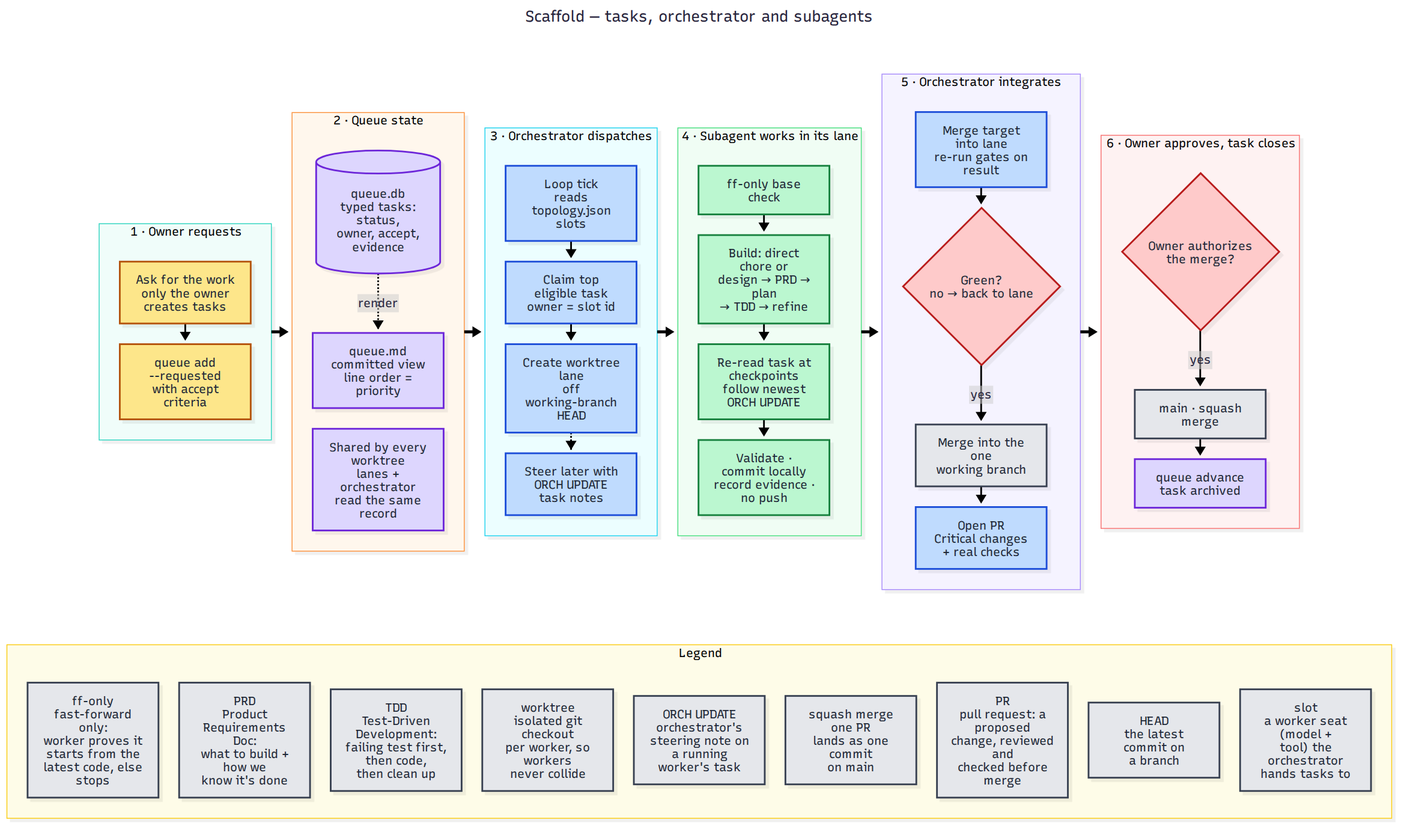
victusfate/scaffold keeps this Mermaid diagram as docs/diagrams/generated/orchestration.png. Above is the earlier version. Its source is kept beside it as docs/diagrams/src/orchestration.mmd. Source of this version:
```mermaid
---
title: Scaffold — tasks, orchestrator and subagents
---
flowchart TB
  classDef owner fill:#fde68a,stroke:#b45309,color:#1f2937
  classDef orch fill:#bfdbfe,stroke:#1d4ed8,color:#1f2937
  classDef state fill:#ddd6fe,stroke:#6d28d9,color:#1f2937
  classDef lane fill:#bbf7d0,stroke:#15803d,color:#1f2937
  classDef git fill:#e5e7eb,stroke:#374151,color:#1f2937
  classDef gate fill:#fecaca,stroke:#b91c1c,color:#1f2937


  subgraph FLOW[" "]
  direction LR

  subgraph OWNER["1 · Owner requests"]
    direction TB
    O1["Ask for the work<br/>only the owner creates tasks"]:::owner
    O0["queue add --requested<br/>with accept criteria"]:::owner
    O1 --> O0
  end

  subgraph QUEUE["2 · Queue state"]
    direction TB
    Q1[("queue.db<br/>typed tasks: status,<br/>owner, accept, evidence")]:::state
    Q2["queue.md<br/>committed view<br/>line order = priority"]:::state
    Q3["Shared by every worktree<br/>lanes + orchestrator<br/>read the same record"]:::state
    Q1 -.render.-> Q2
    Q2 ~~~ Q3
  end

  subgraph DISPATCH["3 · Orchestrator dispatches"]
    direction TB
    T["Loop tick<br/>reads topology.json slots"]:::orch
    C["Claim top eligible task<br/>owner = slot id"]:::orch
    W["Create worktree lane<br/>off working-branch HEAD"]:::orch
    U["Steer later with<br/>ORCH UPDATE task notes"]:::orch
    T --> C --> W
    W -.-> U
  end

  subgraph LANE["4 · Subagent works in its lane"]
    direction TB
    S1["ff-only base check"]:::lane
    S2["Build: direct chore or<br/>design → PRD → plan<br/>→ TDD → refine"]:::lane
    S3["Re-read task at checkpoints<br/>follow newest ORCH UPDATE"]:::lane
    S4["Validate · commit locally<br/>record evidence · no push"]:::lane
    S1 --> S2 --> S3 --> S4
  end

  subgraph INTEGRATE["5 · Orchestrator integrates"]
    direction TB
    I["Merge target into lane<br/>re-run gates on result"]:::orch
    G{"Green?<br/>no → back to lane"}:::gate
    B["Merge into the one<br/>working branch"]:::git
    PR["Open PR<br/>Critical changes + real checks"]:::orch
    I --> G -->|yes| B --> PR
  end

  subgraph SHIP["6 · Owner approves, task closes"]
    direction TB
    O2{"Owner authorizes<br/>the merge?"}:::gate
    M["main · squash merge"]:::git
    A["queue advance<br/>task archived"]:::state
    O2 -->|yes| M --> A
  end

  OWNER ==> QUEUE ==> DISPATCH ==> LANE ==> INTEGRATE ==> SHIP
  end
  style FLOW fill:none,stroke:none

  subgraph LEGEND["Legend"]
    direction LR
    L1["ff-only<br/>fast-forward only:<br/>worker proves it starts from the<br/>latest code, else stops"]:::git
    L2["PRD<br/>Product Requirements Doc:<br/>what to build + how we<br/>know it's done"]:::git
    L3["TDD<br/>Test-Driven Development:<br/>failing test first, then code,<br/>then clean up"]:::git
    L4["worktree<br/>isolated git checkout<br/>per worker, so workers<br/>never collide"]:::git
    L5["ORCH UPDATE<br/>orchestrator's<br/>steering note on a running<br/>worker's task"]:::git
    L6["squash merge<br/>one PR<br/>lands as one commit<br/>on main"]:::git
    L7["PR<br/>pull request: a proposed<br/>change, reviewed and<br/>checked before merge"]:::git
    L8["HEAD<br/>the latest commit on<br/>a branch"]:::git
    L9["slot<br/>a worker seat (model +<br/>tool) the orchestrator<br/>hands tasks to"]:::git
    L1 ~~~ L2 ~~~ L3 ~~~ L4 ~~~ L5 ~~~ L6 ~~~ L7 ~~~ L8 ~~~ L9
  end

  FLOW ~~~ LEGEND
```
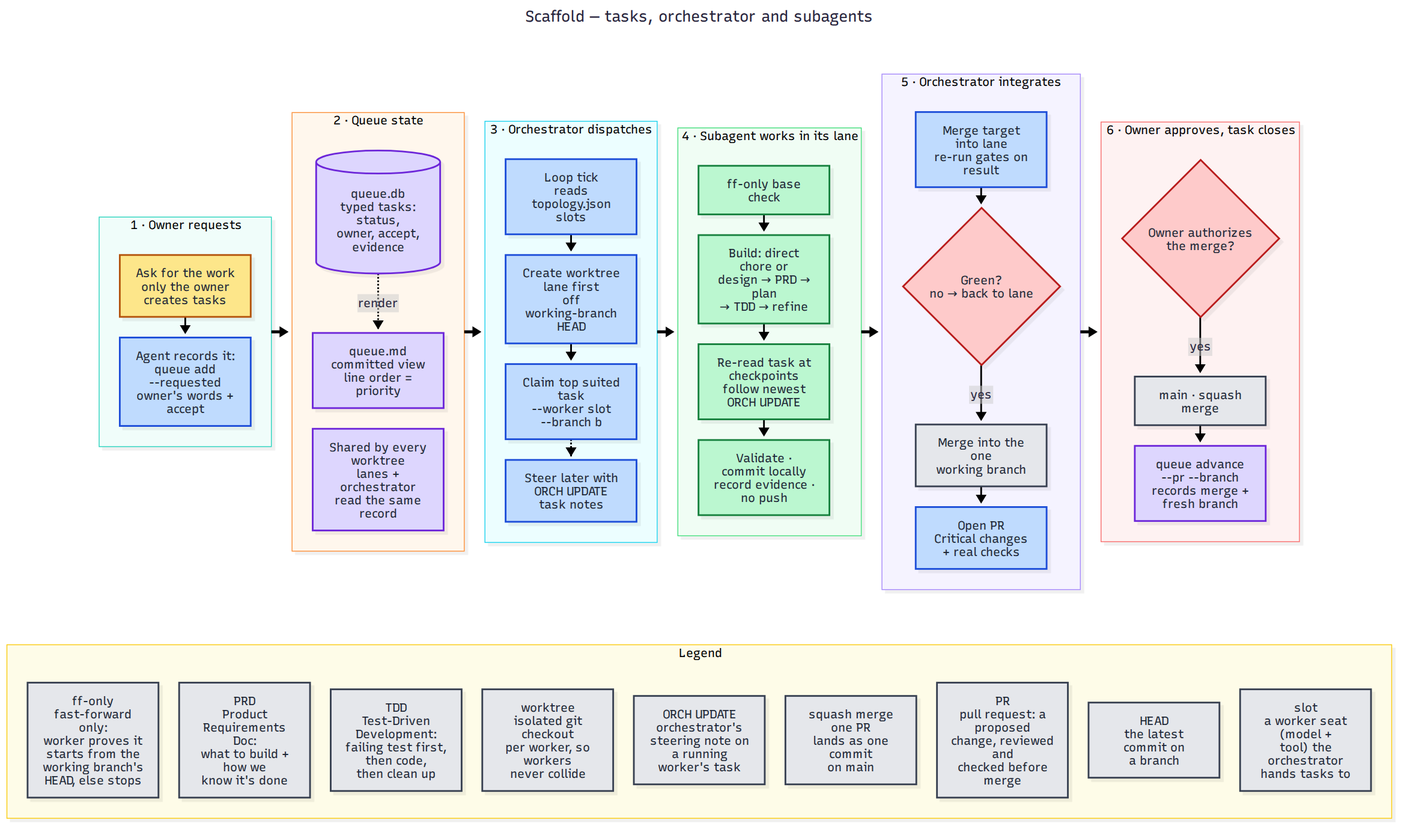
After the commit.

What changed in the source:
```diff
@@ -16,7 +16,7 @@
   subgraph OWNER["1 · Owner requests"]
     direction TB
     O1["Ask for the work<br/>only the owner creates tasks"]:::owner
-    O0["queue add --requested<br/>with accept criteria"]:::owner
+    O0["Agent records it:<br/>queue add --requested<br/>owner's words + accept"]:::orch
     O1 --> O0
   end
 
@@ -32,11 +32,11 @@
   subgraph DISPATCH["3 · Orchestrator dispatches"]
     direction TB
     T["Loop tick<br/>reads topology.json slots"]:::orch
-    C["Claim top eligible task<br/>owner = slot id"]:::orch
-    W["Create worktree lane<br/>off working-branch HEAD"]:::orch
+    C["Claim top suited task<br/>--worker slot --branch b"]:::orch
+    W["Create worktree lane first<br/>off working-branch HEAD"]:::orch
     U["Steer later with<br/>ORCH UPDATE task notes"]:::orch
-    T --> C --> W
-    W -.-> U
+    T --> W --> C
+    C -.-> U
   end
 
   subgraph LANE["4 · Subagent works in its lane"]
@@ -61,7 +61,7 @@
     direction TB
     O2{"Owner authorizes<br/>the merge?"}:::gate
     M["main · squash merge"]:::git
-    A["queue advance<br/>task archived"]:::state
+    A["queue advance --pr --branch<br/>records merge + fresh branch"]:::state
     O2 -->|yes| M --> A
   end
 
@@ -71,7 +71,7 @@
 
   subgraph LEGEND["Legend"]
     direction LR
-    L1["ff-only<br/>fast-forward only:<br/>worker proves it starts from the<br/>latest code, else stops"]:::git
+    L1["ff-only<br/>fast-forward only:<br/>worker proves it starts from the<br/>working branch's HEAD, else stops"]:::git
     L2["PRD<br/>Product Requirements Doc:<br/>what to build + how we<br/>know it's done"]:::git
     L3["TDD<br/>Test-Driven Development:<br/>failing test first, then code,<br/>then clean up"]:::git
     L4["worktree<br/>isolated git checkout<br/>per worker, so workers<br/>never collide"]:::git
```
